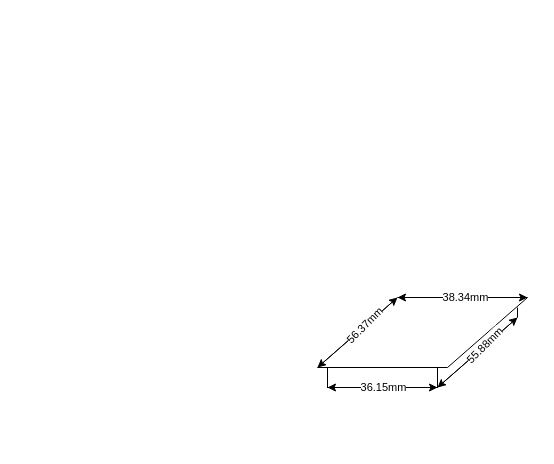
Earlier version of the draw.io diagram assets/3d/case/measurements.drawio (sandreas/rust-slint-riscv64-musl-demo). Source tidied: cells renumbered, new cells numbered last; positions are measured from the earlier drawing's top-left corner, leaving out a move shared by most shapes. Both pictures are drawn from the tidied source at 100%, with x=0, y=0 at pixel (317, 297).
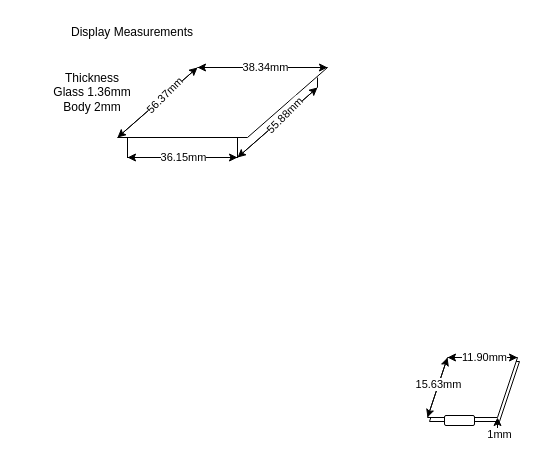
The same page after the edit.

Diff of the diagram source:
```diff
@@
+    <mxCell id="17" style="shape=parallelogram;perimeter=parallelogramPerimeter;whiteSpace=wrap;html=1;fixedSize=1;" parent="1" vertex="1">
+      <mxGeometry x="112" y="64" width="90" height="60" as="geometry" />
+    </mxCell>
+    <mxCell id="18" value="&lt;div&gt;Display Measurements&lt;/div&gt;" style="text;html=1;whiteSpace=wrap;strokeColor=none;fillColor=none;align=center;verticalAlign=middle;rounded=0;" parent="1" vertex="1">
+      <mxGeometry x="-300" y="-280" width="230" height="30" as="geometry" />
+    </mxCell>
+    <mxCell id="19" style="group;" parent="1" vertex="1">
+      <mxGeometry x="-260" y="-230" width="270" height="90" as="geometry" />
+    </mxCell>
-    <mxCell id="2" style="endArrow=none;html=1;rounded=0;" parent="1" edge="1">
+    <mxCell id="2" style="endArrow=none;html=1;rounded=0;" parent="19" edge="1">
       <mxGeometry relative="1" as="geometry">
-        <mxPoint y="70" as="sourcePoint" />
-        <mxPoint x="130" y="70" as="targetPoint" />
+        <mxPoint x="60" y="70" as="sourcePoint" />
+        <mxPoint x="190" y="70" as="targetPoint" />
       </mxGeometry>
     </mxCell>
-    <mxCell id="3" style="rounded=0;whiteSpace=wrap;html=1;" parent="1" vertex="1">
-      <mxGeometry x="10" y="70" width="110" height="20" as="geometry" />
+    <mxCell id="3" style="rounded=0;whiteSpace=wrap;html=1;" parent="19" vertex="1">
+      <mxGeometry x="70" y="70" width="110" height="20" as="geometry" />
     </mxCell>
-    <mxCell id="4" style="endArrow=none;html=1;rounded=0;" parent="1" edge="1">
+    <mxCell id="4" style="endArrow=none;html=1;rounded=0;" parent="19" edge="1">
       <mxGeometry relative="1" as="geometry">
-        <mxPoint x="130" y="70" as="sourcePoint" />
-        <mxPoint x="210" as="targetPoint" />
+        <mxPoint x="190" y="70" as="sourcePoint" />
+        <mxPoint x="270" as="targetPoint" />
       </mxGeometry>
     </mxCell>
-    <mxCell id="5" style="endArrow=none;html=1;rounded=0;" parent="1" edge="1">
+    <mxCell id="5" style="endArrow=none;html=1;rounded=0;" parent="19" edge="1">
       <mxGeometry relative="1" as="geometry">
-        <mxPoint x="120" y="90" as="sourcePoint" />
-        <mxPoint x="200" y="20" as="targetPoint" />
+        <mxPoint x="180" y="90" as="sourcePoint" />
+        <mxPoint x="260" y="20" as="targetPoint" />
       </mxGeometry>
     </mxCell>
-    <mxCell id="6" style="endArrow=none;html=1;rounded=0;" parent="1" edge="1">
+    <mxCell id="6" style="endArrow=none;html=1;rounded=0;" parent="19" edge="1">
       <mxGeometry relative="1" as="geometry">
-        <mxPoint y="70" as="sourcePoint" />
-        <mxPoint x="80" as="targetPoint" />
+        <mxPoint x="60" y="70" as="sourcePoint" />
+        <mxPoint x="140" as="targetPoint" />
       </mxGeometry>
     </mxCell>
-    <mxCell id="7" style="endArrow=none;html=1;rounded=0;" parent="1" edge="1">
+    <mxCell id="7" style="endArrow=none;html=1;rounded=0;" parent="19" edge="1">
       <mxGeometry relative="1" as="geometry">
-        <mxPoint x="80" as="sourcePoint" />
-        <mxPoint x="210" as="targetPoint" />
+        <mxPoint x="140" as="sourcePoint" />
+        <mxPoint x="270" as="targetPoint" />
       </mxGeometry>
     </mxCell>
-    <mxCell id="8" style="endArrow=none;html=1;rounded=0;" parent="1" edge="1">
+    <mxCell id="8" style="endArrow=none;html=1;rounded=0;" parent="19" edge="1">
       <mxGeometry relative="1" as="geometry">
-        <mxPoint x="200" y="10" as="sourcePoint" />
-        <mxPoint x="200" y="20" as="targetPoint" />
+        <mxPoint x="260" y="10" as="sourcePoint" />
+        <mxPoint x="260" y="20" as="targetPoint" />
       </mxGeometry>
     </mxCell>
-    <mxCell id="9" style="endArrow=classic;startArrow=classic;html=1;rounded=0;" parent="1" edge="1">
+    <mxCell id="9" style="endArrow=classic;startArrow=classic;html=1;rounded=0;" parent="19" edge="1">
       <mxGeometry relative="1" as="geometry">
-        <mxPoint x="10" y="90" as="sourcePoint" />
-        <mxPoint x="120" y="90" as="targetPoint" />
+        <mxPoint x="70" y="90" as="sourcePoint" />
+        <mxPoint x="180" y="90" as="targetPoint" />
       </mxGeometry>
     </mxCell>
@@
-    <mxCell id="11" style="endArrow=classic;startArrow=classic;html=1;rounded=0;" parent="1" edge="1">
+    <mxCell id="11" style="endArrow=classic;startArrow=classic;html=1;rounded=0;" parent="19" edge="1">
       <mxGeometry relative="1" as="geometry">
-        <mxPoint x="120" y="90" as="sourcePoint" />
-        <mxPoint x="200" y="20" as="targetPoint" />
+        <mxPoint x="180" y="90" as="sourcePoint" />
+        <mxPoint x="260" y="20" as="targetPoint" />
       </mxGeometry>
     </mxCell>
@@
-    <mxCell id="13" style="endArrow=classic;startArrow=classic;html=1;rounded=0;" parent="1" edge="1">
+    <mxCell id="13" style="endArrow=classic;startArrow=classic;html=1;rounded=0;" parent="19" edge="1">
       <mxGeometry relative="1" as="geometry">
-        <mxPoint x="80" as="sourcePoint" />
-        <mxPoint x="210" as="targetPoint" />
+        <mxPoint x="140" as="sourcePoint" />
+        <mxPoint x="270" as="targetPoint" />
       </mxGeometry>
     </mxCell>
@@
-    <mxCell id="15" style="endArrow=classic;startArrow=classic;html=1;rounded=0;" parent="1" edge="1">
+    <mxCell id="15" style="endArrow=classic;startArrow=classic;html=1;rounded=0;" parent="19" edge="1">
       <mxGeometry relative="1" as="geometry">
-        <mxPoint y="70" as="sourcePoint" />
-        <mxPoint x="80" as="targetPoint" />
+        <mxPoint x="60" y="70" as="sourcePoint" />
+        <mxPoint x="140" as="targetPoint" />
       </mxGeometry>
     </mxCell>
@@
+    <mxCell id="20" value="&lt;div&gt;Thickness&lt;/div&gt;&lt;div&gt;Glass&amp;nbsp;1.36mm&lt;/div&gt;&lt;div&gt;Body 2mm&lt;/div&gt;" style="text;html=1;whiteSpace=wrap;strokeColor=none;fillColor=none;align=center;verticalAlign=middle;rounded=0;" parent="19" vertex="1">
+      <mxGeometry y="10" width="70" height="30" as="geometry" />
+    </mxCell>
+    <mxCell id="21" style="shape=parallelogram;perimeter=parallelogramPerimeter;whiteSpace=wrap;html=1;fixedSize=1;" parent="1" vertex="1">
+      <mxGeometry x="110" y="60" width="90" height="60" as="geometry" />
+    </mxCell>
+    <mxCell id="22" style="rounded=1;whiteSpace=wrap;html=1;" parent="1" vertex="1">
+      <mxGeometry x="127" y="118" width="30" height="10" as="geometry" />
+    </mxCell>
+    <mxCell id="23" style="endArrow=classic;startArrow=classic;html=1;rounded=0;" parent="1" edge="1">
+      <mxGeometry relative="1" as="geometry">
+        <mxPoint x="110" y="120" as="sourcePoint" />
+        <mxPoint x="130" y="60" as="targetPoint" />
+      </mxGeometry>
+    </mxCell>
+    <mxCell id="24" value="&lt;div&gt;15.63mm&lt;/div&gt;" style="edgeLabel;html=1;align=center;verticalAlign=middle;" parent="23" vertex="1">
+      <mxGeometry x="0.12" y="1" relative="1" as="geometry" />
+    </mxCell>
+    <mxCell id="25" style="endArrow=classic;startArrow=classic;html=1;rounded=0;entryX=1;entryY=0;entryDx=0;entryDy=0;" parent="1" edge="1" target="21">
+      <mxGeometry relative="1" as="geometry">
+        <mxPoint x="130" y="60" as="sourcePoint" />
+      </mxGeometry>
+    </mxCell>
+    <mxCell id="26" value="11.90mm" style="edgeLabel;html=1;align=center;verticalAlign=middle;" parent="25" vertex="1">
+      <mxGeometry x="0.03" y="1" relative="1" as="geometry" />
+    </mxCell>
+    <mxCell id="27" style="endArrow=classic;startArrow=classic;html=1;rounded=0;" parent="1" edge="1">
+      <mxGeometry relative="1" as="geometry">
+        <mxPoint x="180" y="140" as="sourcePoint" />
+        <mxPoint x="180" y="120" as="targetPoint" />
+      </mxGeometry>
+    </mxCell>
+    <mxCell id="28" value="&lt;div&gt;1mm&lt;/div&gt;" style="edgeLabel;html=1;align=center;verticalAlign=middle;" parent="27" vertex="1">
+      <mxGeometry x="-0.61" y="-1" relative="1" as="geometry" />
+    </mxCell>
```
